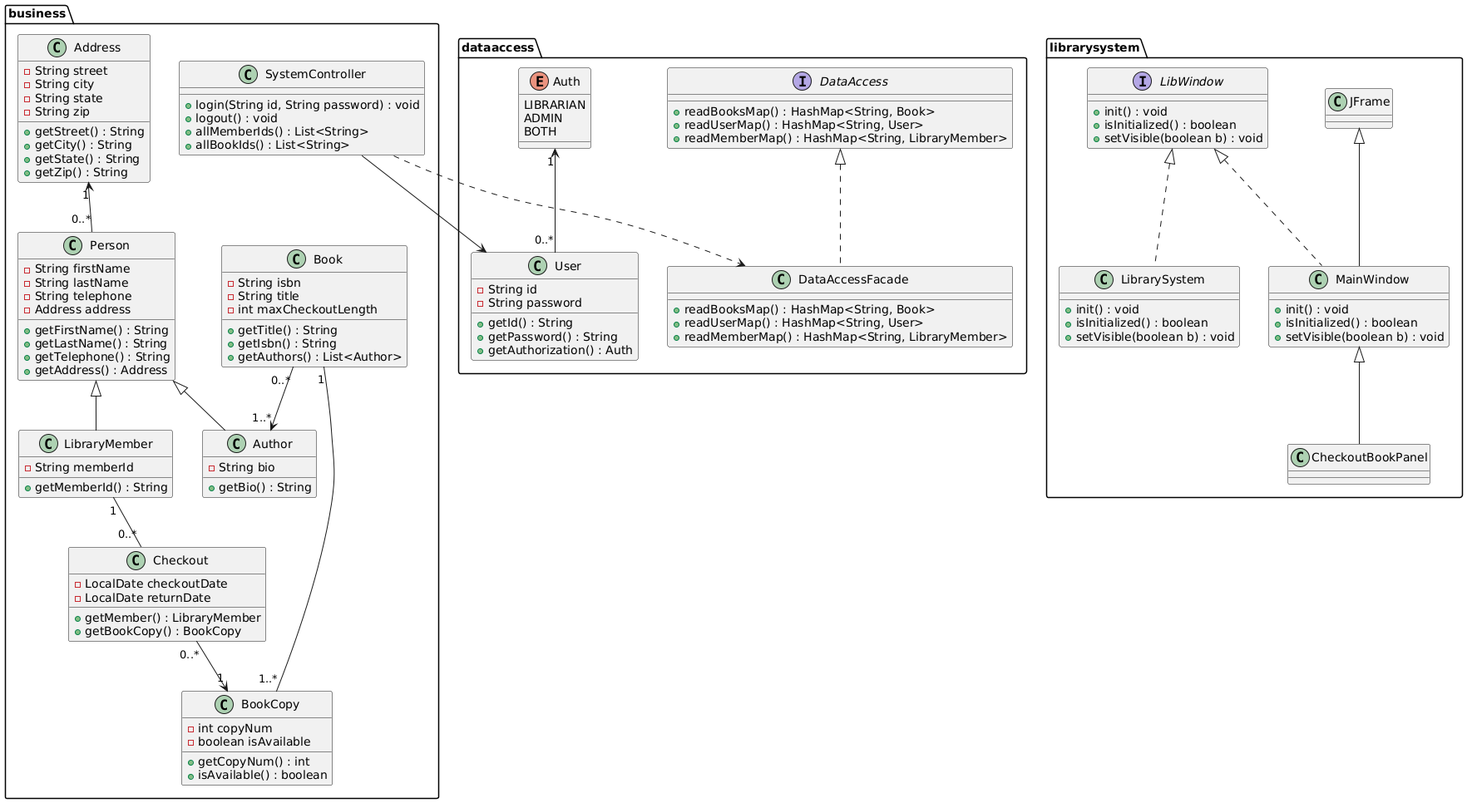
Before: src/uml/class_diagram.png, a diagram exported from PlantUML (mohammed-almassri/LibraryGroupD).
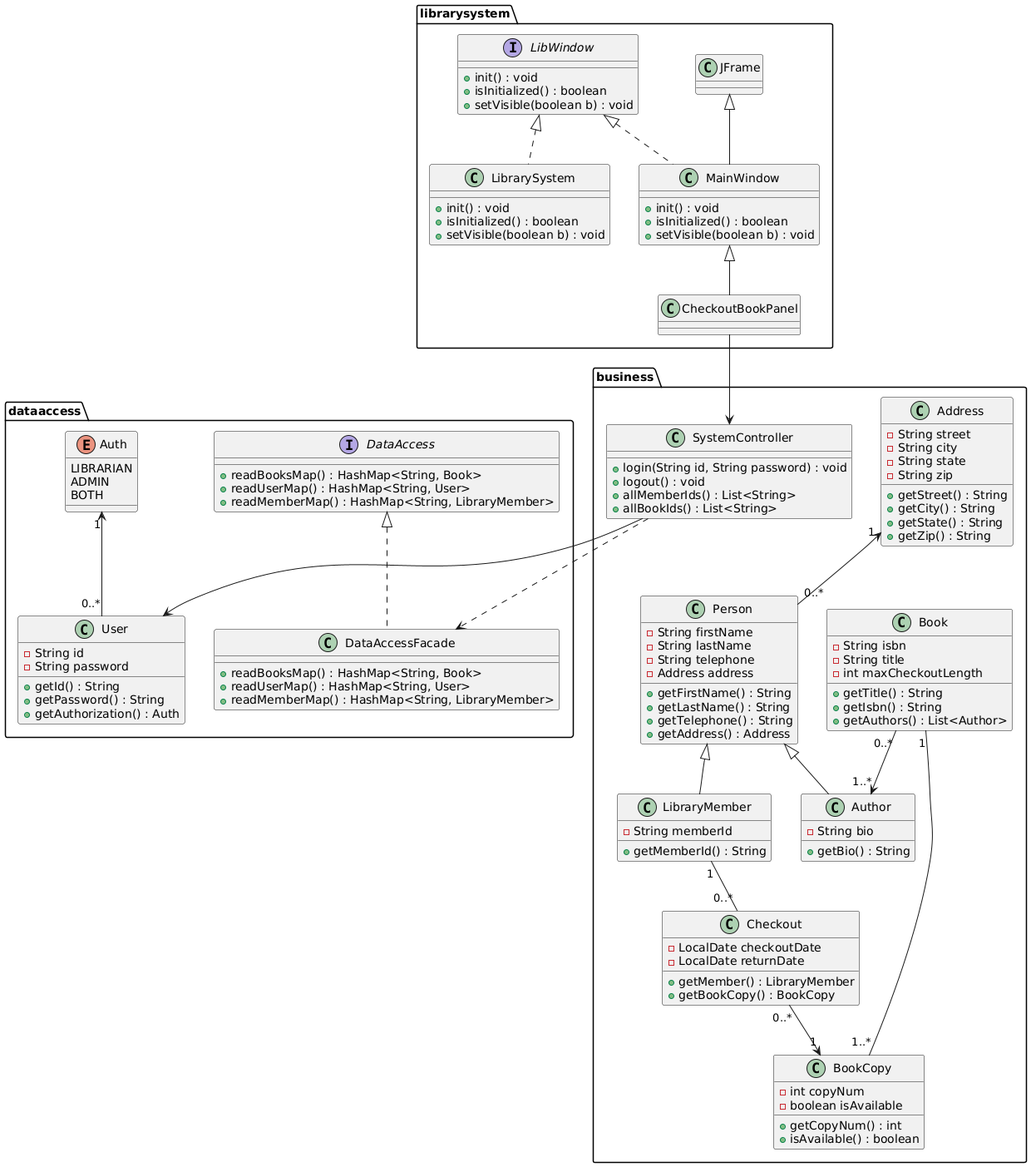
The same file after the commit.

Change to the diagram source:
```diff
@@ -123,4 +123,5 @@
 Book "0..*" --> "1..*" Author
 Checkout "0..*" --> "1" BookCopy
 SystemController ..> DataAccessFacade
+CheckoutBookPanel --> SystemController
 @enduml
```
